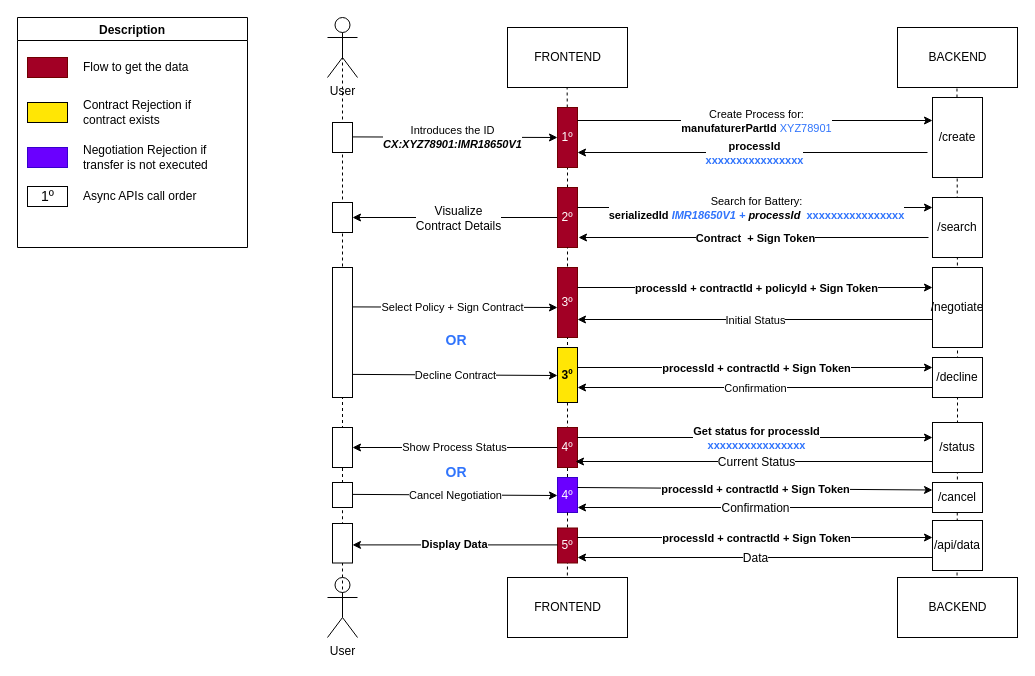
Earlier version of the draw.io diagram docs/arc42/media/diagrams/dataRetrievalResume.drawio.xml (eclipse-tractusx/digital-product-pass). Source tidied: cells renumbered, new cells numbered last; positions are measured from the earlier drawing's top-left corner, leaving out a move shared by most shapes. Both pictures are drawn from the tidied source at 100%, with x=0, y=0 at pixel (17, 17).
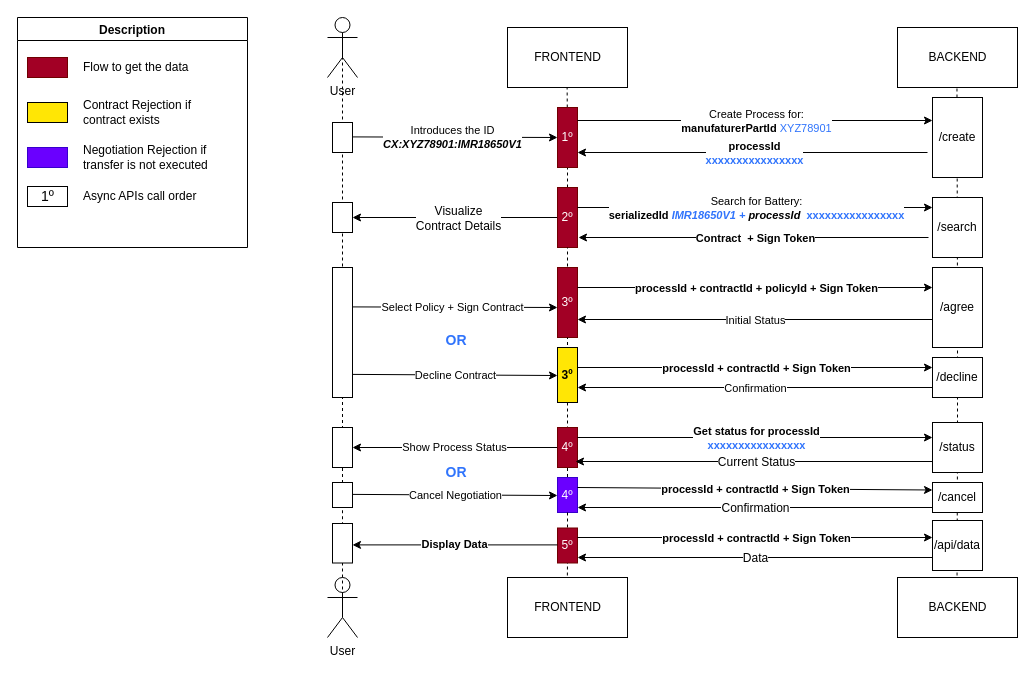
The same diagram, later.

Diff of the diagram source:
```diff
@@
-    <mxCell id="21" value="/negotiate" style="rounded=0;whiteSpace=wrap;html=1;" parent="1" vertex="1">
+    <mxCell id="21" value="/agree" style="rounded=0;whiteSpace=wrap;html=1;" parent="1" vertex="1">
       <mxGeometry x="915" y="250" width="50" height="80" as="geometry" />
     </mxCell>
```
